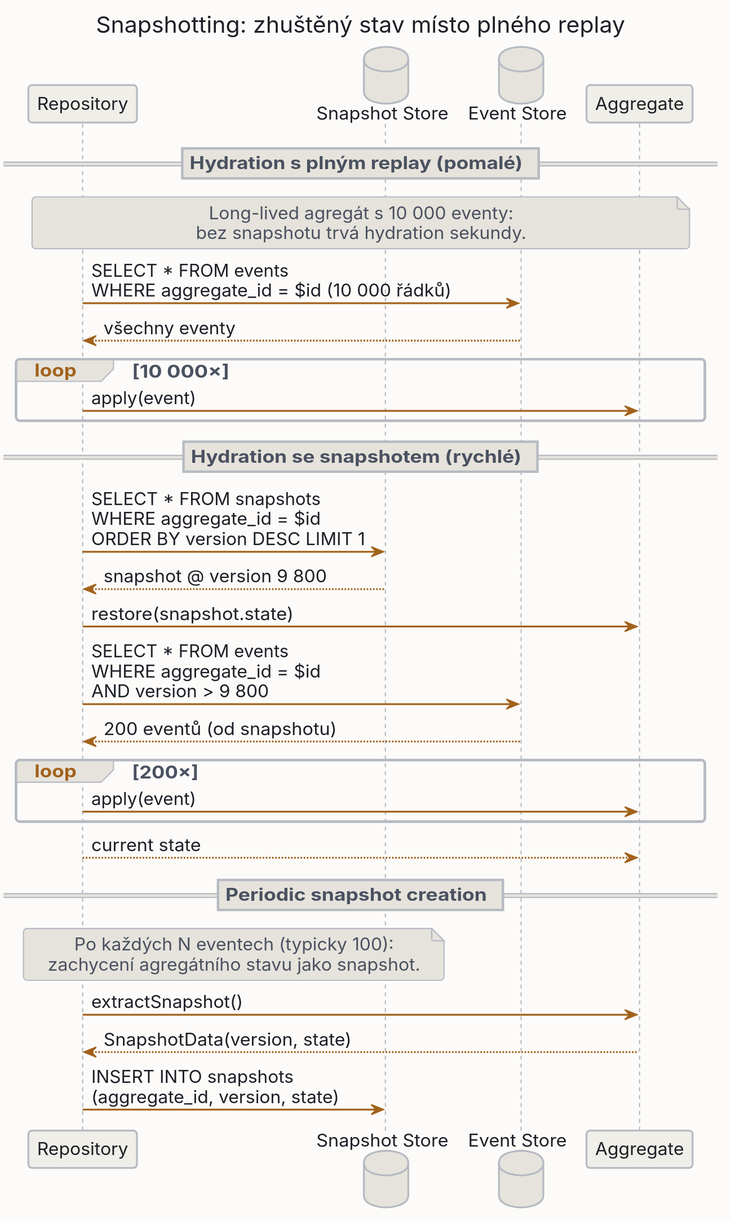
The PlantUML diagram public/images/diagrams/14_event_sourcing/snapshot_strategy-light.svg in MichalKatuscak/ddd-v-symfony, before a commit. Its diagram source:
```plantuml
@startuml snapshot_strategy
skinparam dpi 150
skinparam backgroundColor #fcfbf9
skinparam shadowing false
skinparam roundCorner 6

skinparam defaultFontName "DejaVu Sans"
skinparam defaultFontSize 14
skinparam defaultFontColor #1c1f26
skinparam defaultTextAlignment center


skinparam ArrowColor #a2621c
skinparam ArrowFontColor #1c1f26
skinparam ArrowThickness 1.5

skinparam node {
  BackgroundColor #f0eee8
  BorderColor #b6bac2
  FontColor #1c1f26
}

skinparam component {
  BackgroundColor #f0eee8
  BorderColor #b6bac2
  FontColor #1c1f26
}

skinparam rectangle {
  BackgroundColor #f0eee8
  BorderColor #b6bac2
  FontColor #1c1f26
}

skinparam package {
  BackgroundColor #fcfbf9
  BorderColor #a2621c
  FontColor #a2621c
}

skinparam folder {
  BackgroundColor #f0eee8
  BorderColor #b6bac2
  FontColor #1c1f26
}

skinparam frame {
  BackgroundColor #f0eee8
  BorderColor #b6bac2
  FontColor #1c1f26
}

skinparam database {
  BackgroundColor #e6e3dc
  BorderColor #b6bac2
  FontColor #1c1f26
}

skinparam queue {
  BackgroundColor #e6e3dc
  BorderColor #b6bac2
  FontColor #1c1f26
}

skinparam cloud {
  BackgroundColor #e6e3dc
  BorderColor #b6bac2
  FontColor #1c1f26
}

skinparam actor {
  BackgroundColor #f0eee8
  BorderColor #a2621c
  FontColor #1c1f26
}

skinparam usecase {
  BackgroundColor #f0eee8
  BorderColor #b6bac2
  FontColor #1c1f26
}

skinparam class {
  BackgroundColor #f0eee8
  BorderColor #b6bac2
  HeaderBackgroundColor #e6e3dc
  ArrowColor #a2621c
  FontColor #1c1f26
  AttributeFontColor #4a5160
  StereotypeFontColor #a2621c
}

skinparam object {
  BackgroundColor #f0eee8
  BorderColor #b6bac2
  FontColor #1c1f26
}

skinparam sequence {
  ParticipantBackgroundColor #f0eee8
  ParticipantBorderColor #b6bac2
  ParticipantFontColor #1c1f26
  ActorBackgroundColor #f0eee8
  ActorBorderColor #a2621c
  ActorFontColor #1c1f26
  LifeLineBorderColor #b6bac2
  LifeLineBackgroundColor #e6e3dc
  ArrowColor #a2621c
  ArrowFontColor #1c1f26
  GroupBackgroundColor #e6e3dc
  GroupBorderColor #b6bac2
  GroupFontColor #4a5160
  GroupHeaderFontColor #a2621c
  BoxBackgroundColor #fcfbf9
  BoxBorderColor #a2621c
  BoxFontColor #a2621c
  DividerBackgroundColor #e6e3dc
  DividerBorderColor #b6bac2
  DividerFontColor #4a5160
  ReferenceBackgroundColor #f0eee8
  ReferenceBorderColor #b6bac2
  ReferenceFontColor #1c1f26
  ReferenceHeaderBackgroundColor #e6e3dc
  StereotypeFontColor #a2621c
}

skinparam state {
  BackgroundColor #f0eee8
  BorderColor #b6bac2
  FontColor #1c1f26
  StartColor #a2621c
  EndColor #a2621c
  ArrowColor #a2621c
  AttributeFontColor #4a5160
}

skinparam activity {
  BackgroundColor #f0eee8
  BorderColor #b6bac2
  FontColor #1c1f26
  ArrowColor #a2621c
  StartColor #a2621c
  EndColor #a2621c
  BarColor #a2621c
  DiamondBackgroundColor #e6e3dc
  DiamondBorderColor #b6bac2
  DiamondFontColor #1c1f26
}

skinparam note {
  BackgroundColor #e6e3dc
  BorderColor #b6bac2
  FontColor #4a5160
}

skinparam title {
  FontColor #1c1f26
  FontSize 18
}

skinparam legend {
  BackgroundColor #f0eee8
  BorderColor #b6bac2
  FontColor #4a5160
}

skinparam caption {
  FontColor #4a5160
}

skinparam stereotype {
  CBackgroundColor #e6e3dc
  CBorderColor #a2621c
  ABackgroundColor #e6e3dc
  ABorderColor #a2621c
  IBackgroundColor #e6e3dc
  IBorderColor #a2621c
  EBackgroundColor #e6e3dc
  EBorderColor #a2621c
}

title Snapshotting: zhuštěný stav místo plného replay

participant "Repository" as repo
database "Snapshot Store" as ss
database "Event Store" as es
participant "Aggregate" as agg

== Hydration s plným replay (pomalé) ==
note over repo, agg
  Long-lived agregát s 10 000 eventy:
  bez snapshotu trvá hydration sekundy.
end note

repo -> es : SELECT * FROM events\nWHERE aggregate_id = $id (10 000 řádků)
es --> repo : všechny eventy
loop 10 000×
  repo -> agg : apply(event)
end

== Hydration se snapshotem (rychlé) ==
repo -> ss : SELECT * FROM snapshots\nWHERE aggregate_id = $id\nORDER BY version DESC LIMIT 1
ss --> repo : snapshot @ version 9 800
repo -> agg : restore(snapshot.state)

repo -> es : SELECT * FROM events\nWHERE aggregate_id = $id\nAND version > 9 800
es --> repo : 200 eventů (od snapshotu)

loop 200×
  repo -> agg : apply(event)
end

repo --> agg : current state

== Periodic snapshot creation ==
note over repo, ss
  Po každých N eventech (typicky 100):
  zachycení agregátního stavu jako snapshot.
end note

repo -> agg : extractSnapshot()
agg --> repo : SnapshotData(version, state)
repo -> ss : INSERT INTO snapshots\n(aggregate_id, version, state)

@enduml
```
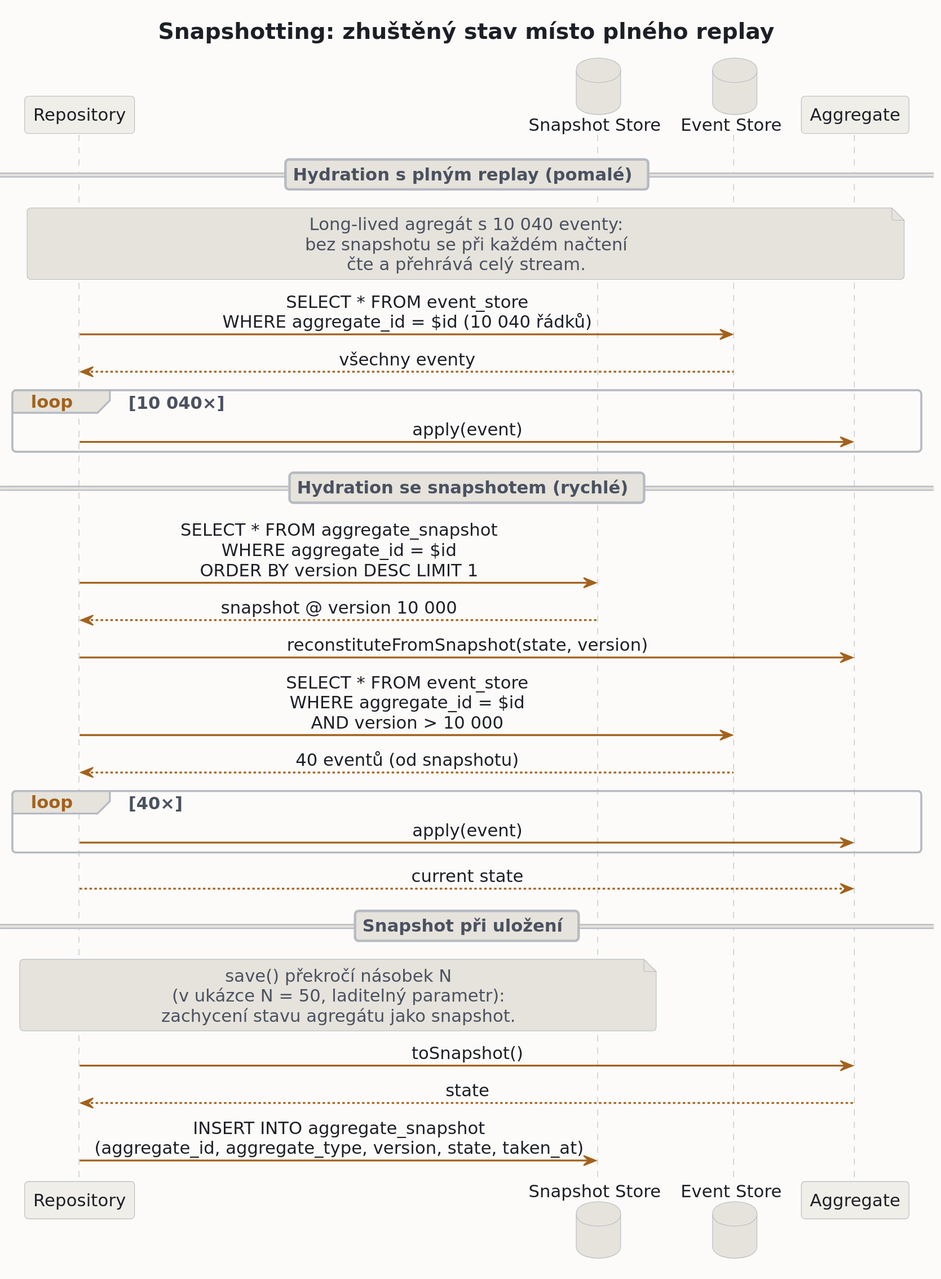
After the commit.

The edit, as a diff of the source:
```diff
@@ -1,183 +1,5 @@
-@startuml snapshot_strategy
-skinparam dpi 150
-skinparam backgroundColor #fcfbf9
-skinparam shadowing false
-skinparam roundCorner 6
-
-skinparam defaultFontName "DejaVu Sans"
-skinparam defaultFontSize 14
-skinparam defaultFontColor #1c1f26
-skinparam defaultTextAlignment center
-
-
-skinparam ArrowColor #a2621c
-skinparam ArrowFontColor #1c1f26
-skinparam ArrowThickness 1.5
-
-skinparam node {
-  BackgroundColor #f0eee8
-  BorderColor #b6bac2
-  FontColor #1c1f26
-}
-
-skinparam component {
-  BackgroundColor #f0eee8
-  BorderColor #b6bac2
-  FontColor #1c1f26
-}
-
-skinparam rectangle {
-  BackgroundColor #f0eee8
-  BorderColor #b6bac2
-  FontColor #1c1f26
-}
-
-skinparam package {
-  BackgroundColor #fcfbf9
-  BorderColor #a2621c
-  FontColor #a2621c
-}
-
-skinparam folder {
-  BackgroundColor #f0eee8
-  BorderColor #b6bac2
-  FontColor #1c1f26
-}
-
-skinparam frame {
-  BackgroundColor #f0eee8
-  BorderColor #b6bac2
-  FontColor #1c1f26
-}
-
-skinparam database {
-  BackgroundColor #e6e3dc
-  BorderColor #b6bac2
-  FontColor #1c1f26
-}
-
-skinparam queue {
-  BackgroundColor #e6e3dc
-  BorderColor #b6bac2
-  FontColor #1c1f26
-}
-
-skinparam cloud {
-  BackgroundColor #e6e3dc
-  BorderColor #b6bac2
-  FontColor #1c1f26
-}
-
-skinparam actor {
-  BackgroundColor #f0eee8
-  BorderColor #a2621c
-  FontColor #1c1f26
-}
-
-skinparam usecase {
-  BackgroundColor #f0eee8
-  BorderColor #b6bac2
-  FontColor #1c1f26
-}
-
-skinparam class {
-  BackgroundColor #f0eee8
-  BorderColor #b6bac2
-  HeaderBackgroundColor #e6e3dc
-  ArrowColor #a2621c
-  FontColor #1c1f26
-  AttributeFontColor #4a5160
-  StereotypeFontColor #a2621c
-}
-
-skinparam object {
-  BackgroundColor #f0eee8
-  BorderColor #b6bac2
-  FontColor #1c1f26
-}
-
-skinparam sequence {
-  ParticipantBackgroundColor #f0eee8
-  ParticipantBorderColor #b6bac2
-  ParticipantFontColor #1c1f26
-  ActorBackgroundColor #f0eee8
-  ActorBorderColor #a2621c
-  ActorFontColor #1c1f26
-  LifeLineBorderColor #b6bac2
-  LifeLineBackgroundColor #e6e3dc
-  ArrowColor #a2621c
-  ArrowFontColor #1c1f26
-  GroupBackgroundColor #e6e3dc
-  GroupBorderColor #b6bac2
-  GroupFontColor #4a5160
-  GroupHeaderFontColor #a2621c
-  BoxBackgroundColor #fcfbf9
-  BoxBorderColor #a2621c
-  BoxFontColor #a2621c
-  DividerBackgroundColor #e6e3dc
-  DividerBorderColor #b6bac2
-  DividerFontColor #4a5160
-  ReferenceBackgroundColor #f0eee8
-  ReferenceBorderColor #b6bac2
-  ReferenceFontColor #1c1f26
-  ReferenceHeaderBackgroundColor #e6e3dc
-  StereotypeFontColor #a2621c
-}
-
-skinparam state {
-  BackgroundColor #f0eee8
-  BorderColor #b6bac2
-  FontColor #1c1f26
-  StartColor #a2621c
-  EndColor #a2621c
-  ArrowColor #a2621c
-  AttributeFontColor #4a5160
-}
-
-skinparam activity {
-  BackgroundColor #f0eee8
-  BorderColor #b6bac2
-  FontColor #1c1f26
-  ArrowColor #a2621c
-  StartColor #a2621c
-  EndColor #a2621c
-  BarColor #a2621c
-  DiamondBackgroundColor #e6e3dc
-  DiamondBorderColor #b6bac2
-  DiamondFontColor #1c1f26
-}
-
-skinparam note {
-  BackgroundColor #e6e3dc
-  BorderColor #b6bac2
-  FontColor #4a5160
-}
-
-skinparam title {
-  FontColor #1c1f26
-  FontSize 18
-}
-
-skinparam legend {
-  BackgroundColor #f0eee8
-  BorderColor #b6bac2
-  FontColor #4a5160
-}
-
-skinparam caption {
-  FontColor #4a5160
-}
-
-skinparam stereotype {
-  CBackgroundColor #e6e3dc
-  CBorderColor #a2621c
-  ABackgroundColor #e6e3dc
-  ABorderColor #a2621c
-  IBackgroundColor #e6e3dc
-  IBorderColor #a2621c
-  EBackgroundColor #e6e3dc
-  EBorderColor #a2621c
-}
+@startuml
+!include ../theme.iuml
 
 title Snapshotting: zhuštěný stav místo plného replay
 
@@ -188,38 +10,39 @@
 
 == Hydration s plným replay (pomalé) ==
 note over repo, agg
-  Long-lived agregát s 10 000 eventy:
-  bez snapshotu trvá hydration sekundy.
+  Long-lived agregát s 10 040 eventy:
+  bez snapshotu se při každém načtení
+  čte a přehrává celý stream.
 end note
 
-repo -> es : SELECT * FROM events\nWHERE aggregate_id = $id (10 000 řádků)
+repo -> es : SELECT * FROM event_store\nWHERE aggregate_id = $id (10 040 řádků)
 es --> repo : všechny eventy
-loop 10 000×
+loop 10 040×
   repo -> agg : apply(event)
 end
 
 == Hydration se snapshotem (rychlé) ==
-repo -> ss : SELECT * FROM snapshots\nWHERE aggregate_id = $id\nORDER BY version DESC LIMIT 1
-ss --> repo : snapshot @ version 9 800
-repo -> agg : restore(snapshot.state)
+repo -> ss : SELECT * FROM aggregate_snapshot\nWHERE aggregate_id = $id\nORDER BY version DESC LIMIT 1
+ss --> repo : snapshot @ version 10 000
+repo -> agg : reconstituteFromSnapshot(state, version)
 
-repo -> es : SELECT * FROM events\nWHERE aggregate_id = $id\nAND version > 9 800
-es --> repo : 200 eventů (od snapshotu)
+repo -> es : SELECT * FROM event_store\nWHERE aggregate_id = $id\nAND version > 10 000
+es --> repo : 40 eventů (od snapshotu)
 
-loop 200×
+loop 40×
   repo -> agg : apply(event)
 end
 
 repo --> agg : current state
 
-== Periodic snapshot creation ==
+== Snapshot při uložení ==
 note over repo, ss
-  Po každých N eventech (typicky 100):
-  zachycení agregátního stavu jako snapshot.
+  save() překročí násobek N
+  (v ukázce N = 50, laditelný parametr):
+  zachycení stavu agregátu jako snapshot.
 end note
 
-repo -> agg : extractSnapshot()
-agg --> repo : SnapshotData(version, state)
-repo -> ss : INSERT INTO snapshots\n(aggregate_id, version, state)
-
+repo -> agg : toSnapshot()
+agg --> repo : state
+repo -> ss : INSERT INTO aggregate_snapshot\n(aggregate_id, aggregate_type, version, state, taken_at)
 @enduml
```
